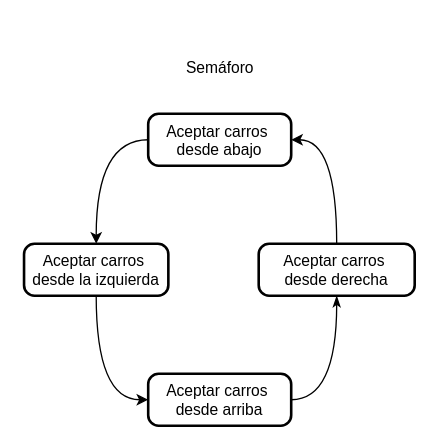
This is Diagrams/Untitled Diagram.drawio from alonso284/UrbanMobilityMultiAgents, a draw.io file, before an edit. Source tidied: cells renumbered, new cells numbered last; positions are measured from the earlier drawing's top-left corner, leaving out a move shared by most shapes. Both pictures are drawn from the tidied source at 130%, with x=0, y=0 at pixel (23, 48).
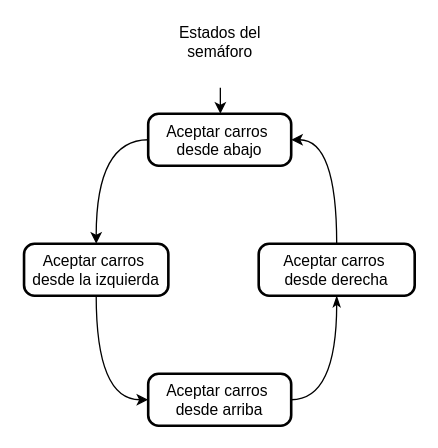
The same diagram, later.

Diff of the diagram source:
```diff
@@
 <mxGraphModel>
   <root>
     <mxCell id="0" />
     <mxCell id="1" parent="0" />
+    <mxCell id="11" style="edgeStyle=orthogonalEdgeStyle;curved=1;rounded=0;jettySize=auto;html=1;endArrow=none;startFill=1;startArrow=classic;" parent="1" edge="1" source="2">
+      <mxGeometry relative="1" as="geometry">
+        <mxPoint x="151" y="30" as="targetPoint" />
+        <Array as="points">
+          <mxPoint x="150" y="30" />
+        </Array>
+      </mxGeometry>
+    </mxCell>
     <mxCell id="2" value="Aceptar carros &#10;desde abajo" style="rounded=1;arcSize=20;strokeWidth=2;" parent="1" vertex="1">
       <mxGeometry x="95.5" y="50" width="110" height="40" as="geometry" />
     </mxCell>
     <mxCell id="3" style="edgeStyle=orthogonalEdgeStyle;curved=1;rounded=0;jettySize=auto;html=1;entryX=0;entryY=0.5;entryDx=0;entryDy=0;startArrow=classic;startFill=1;endArrow=none;" parent="1" edge="1" source="5" target="2">
       <mxGeometry relative="1" as="geometry" />
     </mxCell>
     <mxCell id="4" style="edgeStyle=orthogonalEdgeStyle;curved=1;rounded=0;jettySize=auto;html=1;entryX=0;entryY=0.5;entryDx=0;entryDy=0;" parent="1" edge="1" source="5" target="6">
       <mxGeometry relative="1" as="geometry" />
     </mxCell>
     <mxCell id="5" value="Aceptar carros &#10;desde la izquierda" style="rounded=1;arcSize=20;strokeWidth=2;" parent="1" vertex="1">
       <mxGeometry y="150" width="111" height="40" as="geometry" />
     </mxCell>
     <mxCell id="6" value="Aceptar carros &#10;desde arriba" style="rounded=1;arcSize=20;strokeWidth=2;" parent="1" vertex="1">
       <mxGeometry x="95.5" y="250" width="110" height="40" as="geometry" />
     </mxCell>
     <mxCell id="7" style="edgeStyle=orthogonalEdgeStyle;curved=1;rounded=0;jettySize=auto;html=1;entryX=1;entryY=0.5;entryDx=0;entryDy=0;exitX=0.5;exitY=0;exitDx=0;exitDy=0;" parent="1" edge="1" source="9" target="2">
       <mxGeometry relative="1" as="geometry">
         <Array as="points">
           <mxPoint x="241" y="70" />
         </Array>
       </mxGeometry>
     </mxCell>
     <mxCell id="8" style="edgeStyle=orthogonalEdgeStyle;curved=1;rounded=0;jettySize=auto;html=1;entryX=1;entryY=0.5;entryDx=0;entryDy=0;startArrow=classicThin;startFill=1;endArrow=none;" parent="1" edge="1" source="9" target="6">
       <mxGeometry relative="1" as="geometry" />
     </mxCell>
     <mxCell id="9" value="Aceptar carros &#10;desde derecha" style="rounded=1;arcSize=20;strokeWidth=2;" parent="1" vertex="1">
       <mxGeometry x="180.5" y="150" width="120" height="40" as="geometry" />
     </mxCell>
-    <mxCell id="10" value="Semáforo" style="text;html=1;align=center;verticalAlign=middle;whiteSpace=wrap;rounded=0;" parent="1" vertex="1">
-      <mxGeometry x="120.5" width="60" height="30" as="geometry" />
+    <mxCell id="10" value="Estados del semáforo" style="text;html=1;align=center;verticalAlign=middle;whiteSpace=wrap;rounded=0;" parent="1" vertex="1">
+      <mxGeometry x="111" y="-20" width="79.5" height="30" as="geometry" />
     </mxCell>
   </root>
 </mxGraphModel>
```
